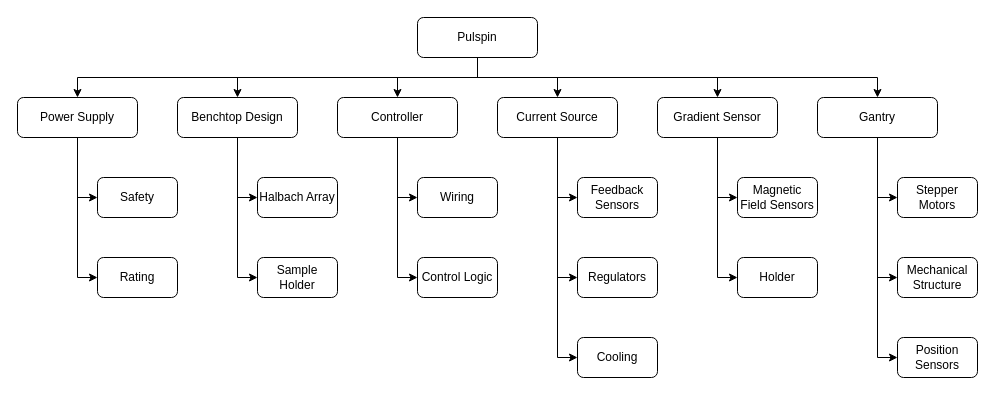
The draw.io diagram system.drawio in AbdullahAlNafisah/pulspin, before the edit. Source tidied: cells renumbered, new cells numbered last; positions are measured from the earlier drawing's top-left corner, leaving out a move shared by most shapes. Both pictures are drawn from the tidied source at 100%, with x=0, y=0 at pixel (17, 17).
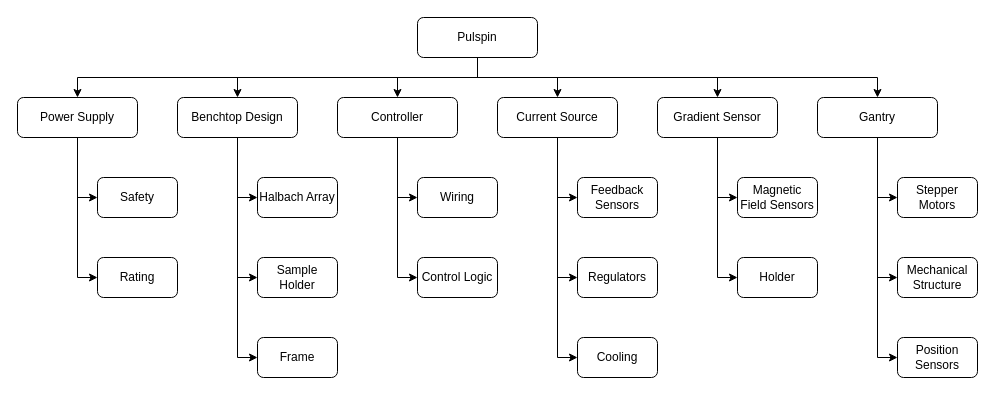
The same page after the edit.

Commit message (it also covers changes not shown here):
update system heirarchy

Unchanged cells that the change refers to:
```xml
<mxCell id="20" value="Benchtop Design" style="rounded=1;whiteSpace=wrap;html=1;" parent="1" vertex="1">
  <mxGeometry x="160" y="80" width="120" height="40" as="geometry" />
</mxCell>
```

Change to the diagram source:
```diff
@@
+    <mxCell id="43" style="edgeStyle=orthogonalEdgeStyle;rounded=0;jettySize=auto;html=1;exitX=0.5;exitY=1;exitDx=0;exitDy=0;entryX=0;entryY=0.5;entryDx=0;entryDy=0;" parent="1" edge="1" source="20" target="44">
+      <mxGeometry relative="1" as="geometry" />
+    </mxCell>
@@
+    <mxCell id="44" value="Frame" style="rounded=1;whiteSpace=wrap;html=1;" parent="1" vertex="1">
+      <mxGeometry x="240" y="320" width="80" height="40" as="geometry" />
+    </mxCell>
```
